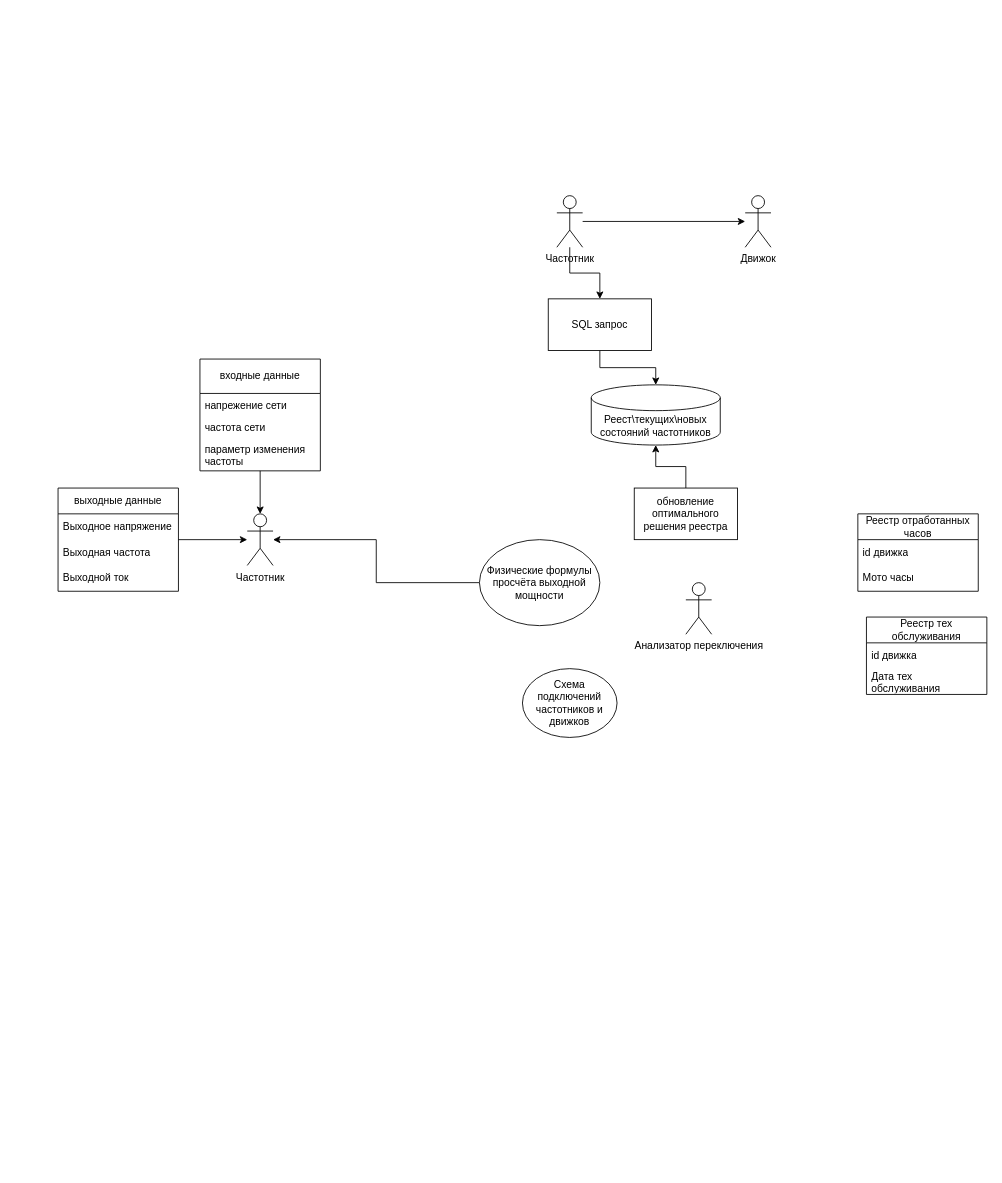
The draw.io diagram Deriki.drawio in StasLina/DrawIO, before the edit. Source tidied: cells renumbered, new cells numbered last; positions are measured from the earlier drawing's top-left corner, leaving out a move shared by most shapes. Both pictures are drawn from the tidied source at 86%, with x=0, y=0 at pixel (58, 195).
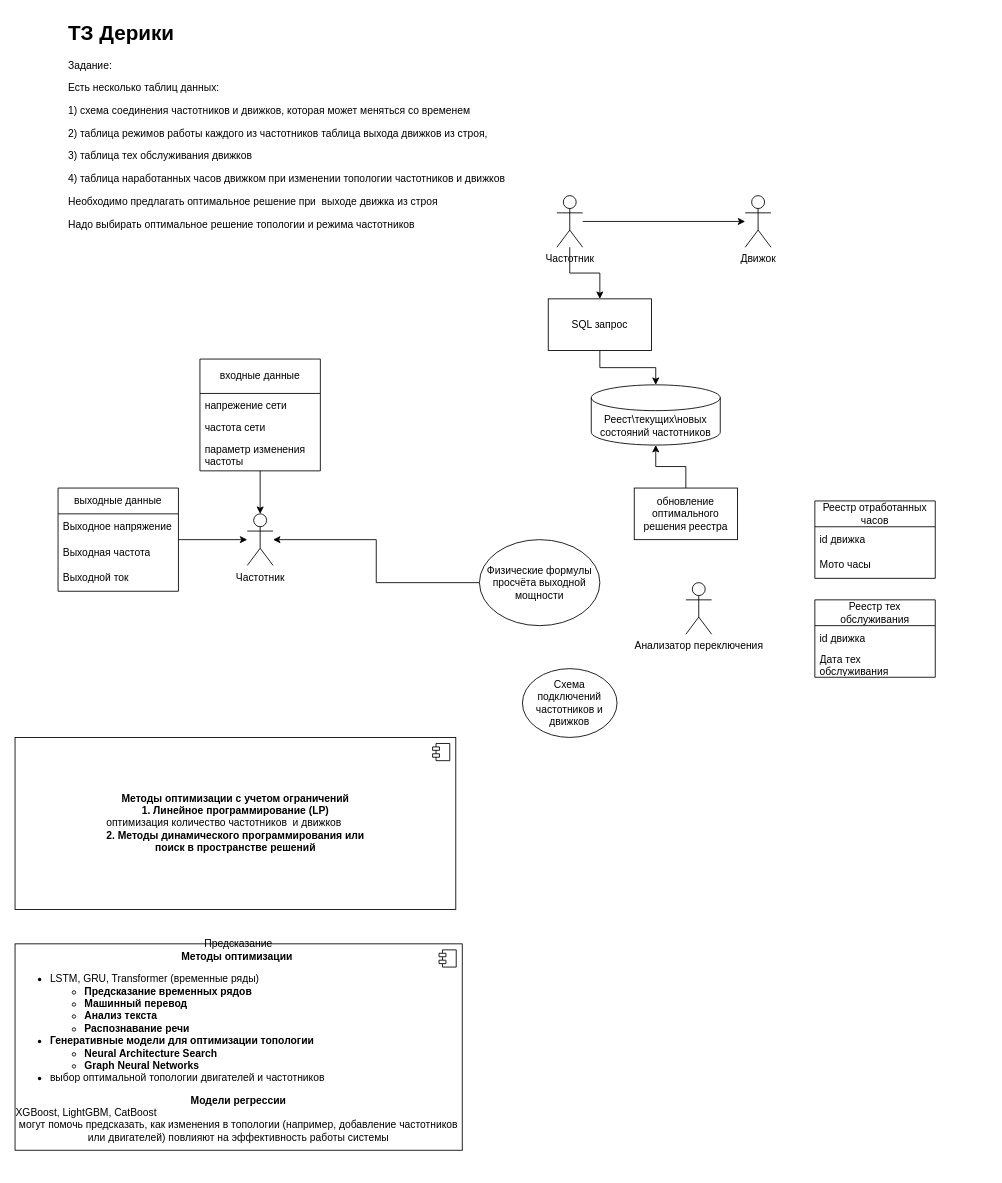
The same diagram, later.

Diff of the diagram source:
```diff
@@
     <mxCell id="9" value="Реестр отработанных часов" style="swimlane;fontStyle=0;horizontal=1;startSize=30;whiteSpace=wrap;html=1;" parent="1" vertex="1">
-      <mxGeometry x="930" y="370" width="140" height="90" as="geometry" />
+      <mxGeometry x="880" y="355" width="140" height="90" as="geometry" />
     </mxCell>
@@
     <mxCell id="18" value="Реестр тех обслуживания" style="swimlane;fontStyle=0;horizontal=1;startSize=30;whiteSpace=wrap;html=1;" parent="1" vertex="1">
-      <mxGeometry x="940" y="490" width="140" height="90" as="geometry" />
+      <mxGeometry x="880" y="470" width="140" height="90" as="geometry" />
     </mxCell>
@@
+    <mxCell id="32" value="&lt;h1 style=&quot;margin-top: 0px;&quot;&gt;ТЗ Дерики&lt;/h1&gt;&lt;p&gt;Задание:&lt;/p&gt;&lt;p&gt;Есть несколько таблиц данных:&lt;/p&gt;&lt;p&gt;1) схема соединения частотников и движков, которая может меняться со временем&amp;nbsp;&lt;/p&gt;&lt;p&gt;2) таблица режимов работы каждого из частотников таблица выхода движков из строя,&amp;nbsp;&lt;/p&gt;&lt;p&gt;3) таблица тех обслуживания движков&amp;nbsp;&lt;/p&gt;&lt;p&gt;4) таблица наработанных часов движком при изменении топологии частотников и движков&amp;nbsp;&lt;/p&gt;&lt;p&gt;Необходимо предлагать оптимальное решение при&amp;nbsp; выходе движка из строя&lt;/p&gt;&lt;p&gt;Надо выбирать оптимальное решение топологии и режима частотников&lt;/p&gt;" style="text;html=1;whiteSpace=wrap;overflow=hidden;rounded=0;" parent="1" vertex="1">
+      <mxGeometry x="10" y="-210" width="590" height="260" as="geometry" />
+    </mxCell>
+    <mxCell id="33" value="&lt;b&gt;Методы оптимизации с учетом ограничений&lt;/b&gt;&lt;div&gt;&lt;div style=&quot;&quot;&gt;&lt;b style=&quot;background-color: transparent; color: light-dark(rgb(0, 0, 0), rgb(255, 255, 255)); text-wrap-mode: nowrap;&quot;&gt;1. Линейное программирование (LP)&lt;/b&gt;&lt;/div&gt;&lt;span style=&quot;text-wrap-mode: nowrap; background-color: transparent; color: light-dark(rgb(0, 0, 0), rgb(255, 255, 255));&quot;&gt;&lt;div style=&quot;text-align: left;&quot;&gt;&lt;span style=&quot;background-color: transparent; color: light-dark(rgb(0, 0, 0), rgb(255, 255, 255));&quot;&gt;оптимизация количество частотников&amp;nbsp; и движков&lt;/span&gt;&lt;/div&gt;&lt;div style=&quot;&quot;&gt;&lt;b style=&quot;background-color: transparent; color: light-dark(rgb(0, 0, 0), rgb(255, 255, 255));&quot;&gt;&lt;strong style=&quot;color: light-dark(rgb(0, 0, 0), rgb(255, 255, 255));&quot;&gt;2. Методы динамического программирования&amp;nbsp;&lt;/strong&gt;или&lt;/b&gt;&lt;/div&gt;&lt;/span&gt;&lt;b style=&quot;background-color: transparent; color: light-dark(rgb(0, 0, 0), rgb(255, 255, 255)); text-wrap-mode: nowrap;&quot;&gt;&lt;strong&gt;поиск в пространстве решений&lt;/strong&gt;&lt;/b&gt;&lt;b style=&quot;color: light-dark(rgb(0, 0, 0), rgb(255, 255, 255)); text-wrap-mode: nowrap; background-color: transparent;&quot;&gt;&lt;/b&gt;&lt;/div&gt;" style="html=1;whiteSpace=wrap;" parent="1" vertex="1">
+      <mxGeometry x="-50" y="630" width="512.5" height="200" as="geometry" />
+    </mxCell>
+    <mxCell id="34" style="shape=module;jettyWidth=8;jettyHeight=4;" parent="33" vertex="1">
+      <mxGeometry x="1" width="20" height="20" relative="1" as="geometry">
+        <mxPoint x="-27" y="7" as="offset" />
+      </mxGeometry>
+    </mxCell>
+    <mxCell id="35" value="&lt;div&gt;&lt;br&gt;&lt;/div&gt;Предсказание&lt;br&gt;&lt;b&gt;Методы оптимизации&amp;nbsp;&lt;/b&gt;&lt;br&gt;&lt;div style=&quot;text-align: left;&quot;&gt;&lt;ul&gt;&lt;li&gt;&lt;span style=&quot;background-color: transparent; color: light-dark(rgb(0, 0, 0), rgb(255, 255, 255));&quot;&gt;LSTM, GRU, Transformer (временные ряды)&lt;/span&gt;&lt;/li&gt;&lt;ul&gt;&lt;li&gt;&lt;strong&gt;Предсказание временных рядов&lt;/strong&gt;&lt;/li&gt;&lt;li&gt;&lt;strong&gt;Машинный перевод&lt;/strong&gt;&lt;/li&gt;&lt;li&gt;&lt;strong&gt;Анализ текста&lt;/strong&gt;&lt;/li&gt;&lt;li&gt;&lt;strong&gt;Распознавание речи&lt;/strong&gt;&lt;/li&gt;&lt;/ul&gt;&lt;li&gt;&lt;b&gt;Генеративные модели для оптимизации топологии&lt;/b&gt;&lt;/li&gt;&lt;ul&gt;&lt;li&gt;&lt;b&gt;Neural Architecture Search&lt;/b&gt;&lt;/li&gt;&lt;li&gt;&lt;b&gt;Graph Neural Networks&lt;/b&gt;&lt;/li&gt;&lt;/ul&gt;&lt;li&gt;выбор оптимальной топологии двигателей и частотников&lt;/li&gt;&lt;/ul&gt;&lt;/div&gt;&lt;div style=&quot;&quot;&gt;&lt;span style=&quot;font-weight: bold; background-color: transparent; color: light-dark(rgb(0, 0, 0), rgb(255, 255, 255));&quot;&gt;Модели &lt;/span&gt;&lt;span style=&quot;background-color: transparent; color: light-dark(rgb(0, 0, 0), rgb(255, 255, 255));&quot;&gt;&lt;b&gt;регрессии&lt;/b&gt;&lt;br&gt;&lt;div style=&quot;text-align: left;&quot;&gt;&lt;span style=&quot;background-color: transparent; color: light-dark(rgb(0, 0, 0), rgb(255, 255, 255));&quot;&gt;XGBoost&lt;/span&gt;&lt;span style=&quot;background-color: transparent; color: light-dark(rgb(0, 0, 0), rgb(255, 255, 255));&quot;&gt;, &lt;/span&gt;&lt;span style=&quot;background-color: transparent; color: light-dark(rgb(0, 0, 0), rgb(255, 255, 255));&quot;&gt;LightGBM&lt;/span&gt;&lt;span style=&quot;background-color: transparent; color: light-dark(rgb(0, 0, 0), rgb(255, 255, 255));&quot;&gt;, &lt;/span&gt;&lt;span style=&quot;background-color: transparent; color: light-dark(rgb(0, 0, 0), rgb(255, 255, 255));&quot;&gt;CatBoost&lt;/span&gt;&lt;/div&gt;&lt;/span&gt;&lt;/div&gt;могут помочь предсказать, как изменения в топологии (например, добавление частотников или двигателей) повлияют на эффективность работы системы&lt;div&gt;&lt;br&gt;&lt;br&gt;&lt;b&gt;&lt;/b&gt;&lt;/div&gt;" style="html=1;whiteSpace=wrap;" parent="1" vertex="1">
+      <mxGeometry x="-50" y="870" width="520" height="240" as="geometry" />
+    </mxCell>
+    <mxCell id="36" style="shape=module;jettyWidth=8;jettyHeight=4;" parent="35" vertex="1">
+      <mxGeometry x="1" width="20" height="20" relative="1" as="geometry">
+        <mxPoint x="-27" y="7" as="offset" />
+      </mxGeometry>
+    </mxCell>
```
